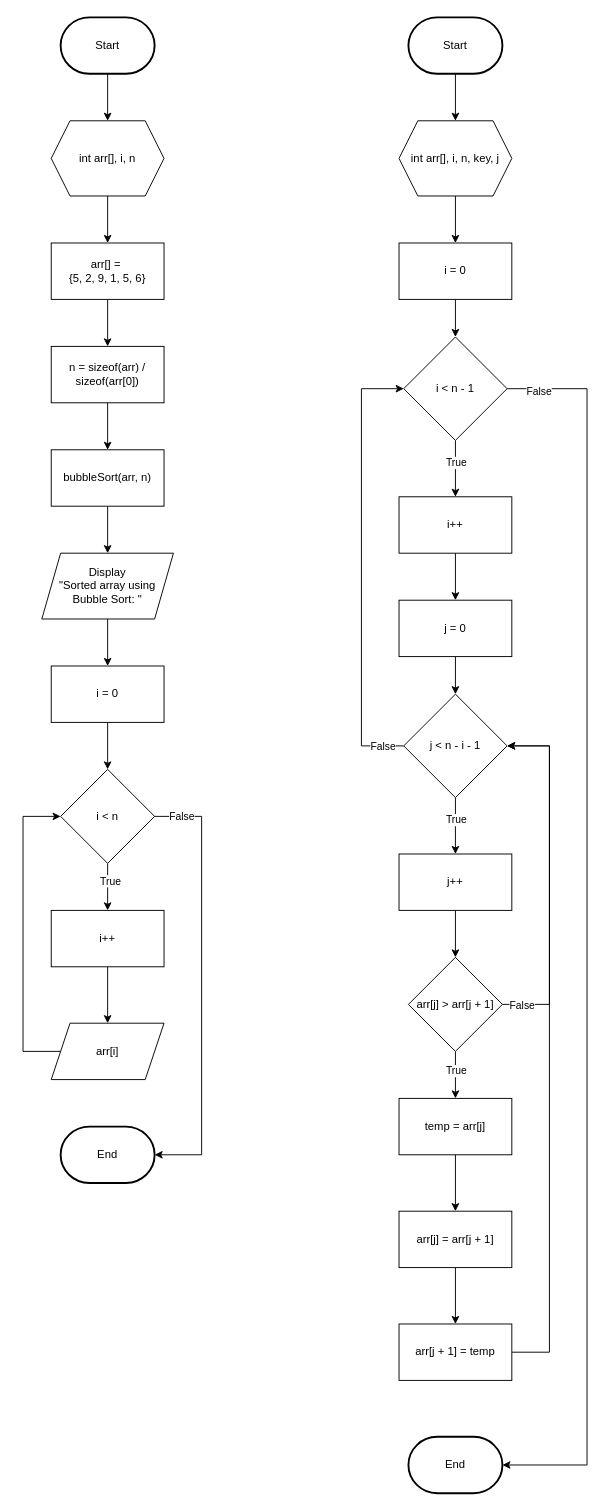
Before: page "Bubble Sort" (2 of 5) of Penda Modul 3.drawio in elikawicaksana/BuildIT_BasisData, a draw.io diagram. Source tidied: cells renumbered, new cells numbered last; positions are measured from the earlier drawing's top-left corner, leaving out a move shared by most shapes. Both pictures are drawn from the tidied source at 94%, with x=0, y=0 at pixel (23, 17).
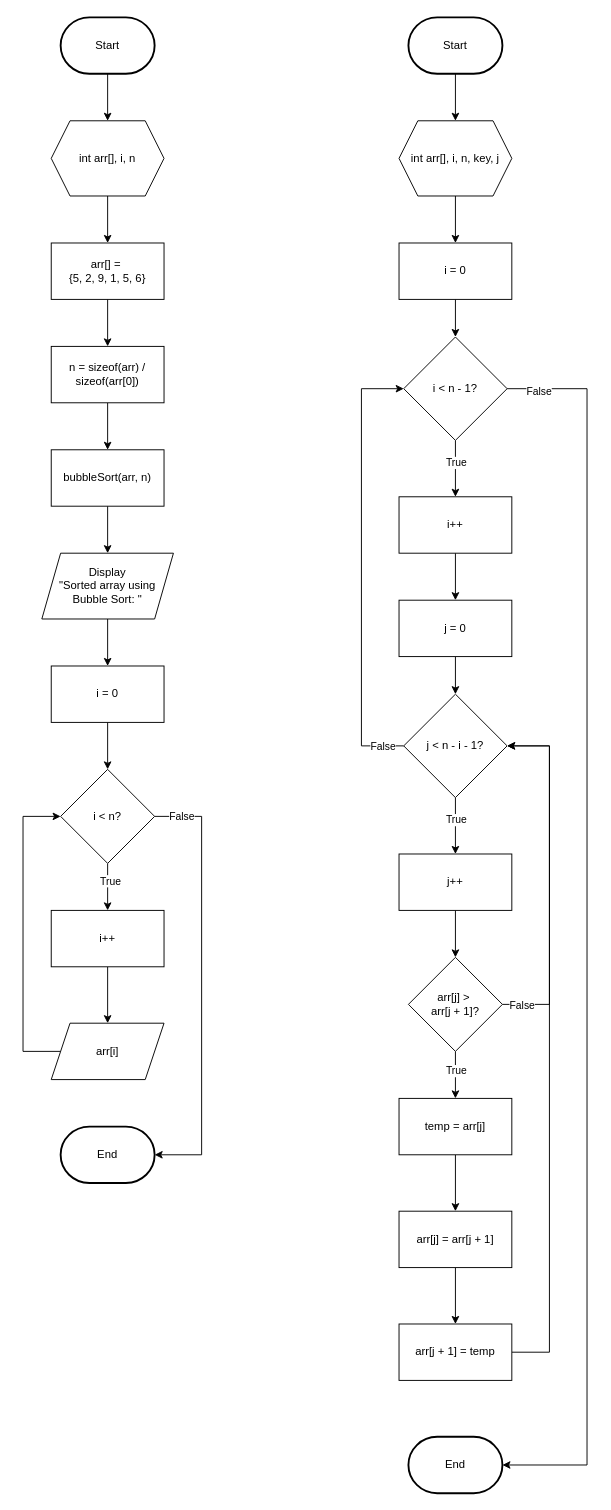
The same diagram, later.

What changed in the source:
```diff
@@
-    <mxCell id="10" value="i &amp;lt; n - 1" style="rhombus;whiteSpace=wrap;html=1;" parent="1" vertex="1">
+    <mxCell id="10" value="i &amp;lt; n - 1?" style="rhombus;whiteSpace=wrap;html=1;" parent="1" vertex="1">
       <mxGeometry x="405" y="340" width="110" height="110" as="geometry" />
     </mxCell>
@@
-    <mxCell id="25" value="i &amp;lt; n" style="rhombus;whiteSpace=wrap;html=1;" parent="1" vertex="1">
+    <mxCell id="25" value="i &amp;lt; n?" style="rhombus;whiteSpace=wrap;html=1;" parent="1" vertex="1">
       <mxGeometry x="40" y="800" width="100" height="100" as="geometry" />
     </mxCell>
@@
-    <mxCell id="44" value="j &amp;lt; n - i - 1" style="rhombus;whiteSpace=wrap;html=1;" parent="1" vertex="1">
+    <mxCell id="44" value="j &amp;lt; n - i - 1?" style="rhombus;whiteSpace=wrap;html=1;" parent="1" vertex="1">
       <mxGeometry x="405" y="720" width="110" height="110" as="geometry" />
     </mxCell>
@@
-    <mxCell id="53" value="arr[j] &amp;gt; arr[j + 1]" style="rhombus;whiteSpace=wrap;html=1;" parent="1" vertex="1">
+    <mxCell id="53" value="arr[j] &amp;gt;&amp;nbsp;&lt;div&gt;arr[j + 1]?&lt;/div&gt;" style="rhombus;whiteSpace=wrap;html=1;" parent="1" vertex="1">
       <mxGeometry x="410" y="1000" width="100" height="100" as="geometry" />
     </mxCell>
```
